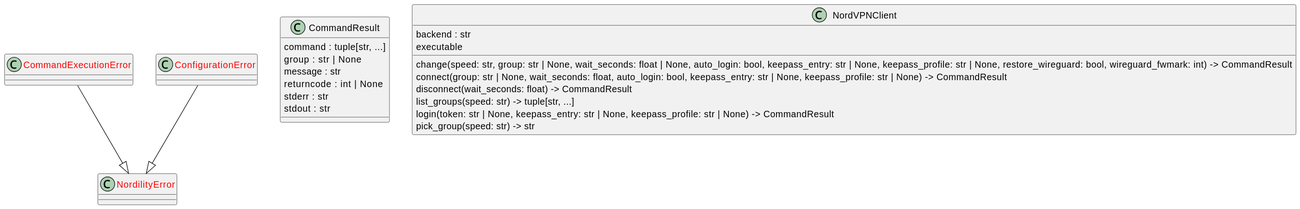
Above: docs/diagrams/python-classes.puml.svg in casonk/nordility (PlantUML), before the change.
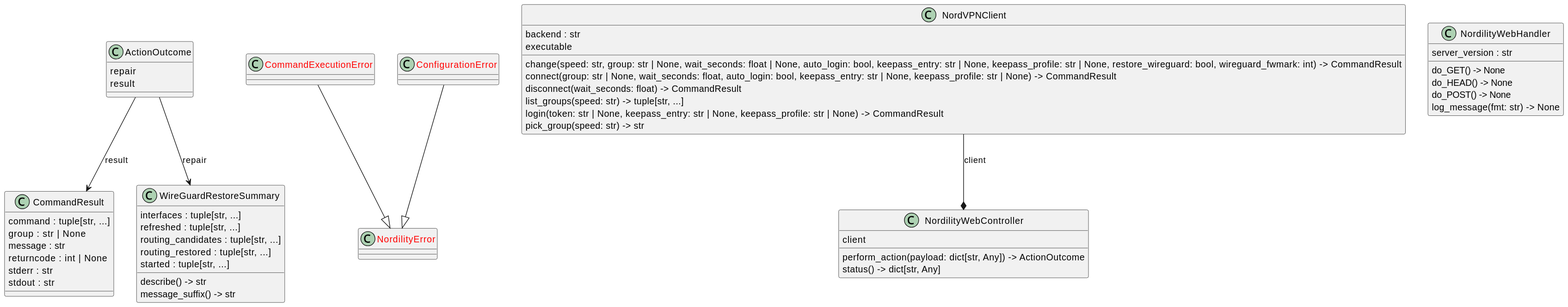
The same diagram one commit later.

What changed in the source:
```diff
@@ -1,5 +1,9 @@
 @startuml
 set namespaceSeparator none
+class "ActionOutcome" as src.nordility.web.ActionOutcome {
+  repair
+  result
+}
 class "<color:red>CommandExecutionError</color>" as src.nordility.client.CommandExecutionError {
 }
 class "CommandResult" as src.nordility.client.CommandResult {
@@ -24,6 +28,30 @@
 }
 class "<color:red>NordilityError</color>" as src.nordility.client.NordilityError {
 }
+class "NordilityWebController" as src.nordility.web.NordilityWebController {
+  client
+  perform_action(payload: dict[str, Any]) -> ActionOutcome
+  status() -> dict[str, Any]
+}
+class "NordilityWebHandler" as src.nordility.web.make_handler.NordilityWebHandler {
+  server_version : str
+  do_GET() -> None
+  do_HEAD() -> None
+  do_POST() -> None
+  log_message(fmt: str) -> None
+}
+class "WireGuardRestoreSummary" as src.nordility.client.WireGuardRestoreSummary {
+  interfaces : tuple[str, ...]
+  refreshed : tuple[str, ...]
+  routing_candidates : tuple[str, ...]
+  routing_restored : tuple[str, ...]
+  started : tuple[str, ...]
+  describe() -> str
+  message_suffix() -> str
+}
 src.nordility.client.CommandExecutionError --|> src.nordility.client.NordilityError
 src.nordility.client.ConfigurationError --|> src.nordility.client.NordilityError
+src.nordility.web.ActionOutcome --> src.nordility.client.CommandResult : result
+src.nordility.web.ActionOutcome --> src.nordility.client.WireGuardRestoreSummary : repair
+src.nordility.client.NordVPNClient --* src.nordility.web.NordilityWebController : client
 @enduml
```
